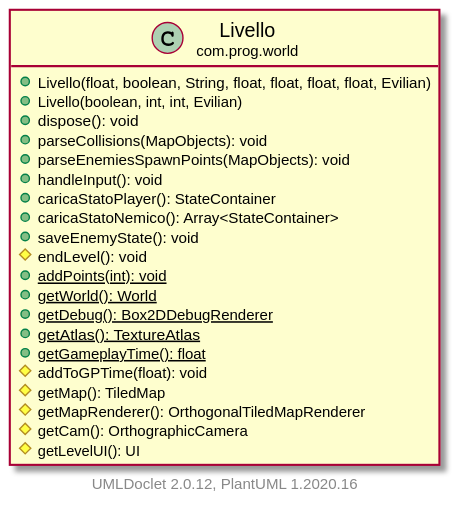
Before: core/build/docs/javadoc/uml/com/prog/world/Livello.svg, a diagram exported from PlantUML (Garma00/Evilian). Its diagram source:
```plantuml
@startuml
    set namespaceSeparator none
    hide empty fields
    hide empty methods

    class "<size:14>Livello\n<size:10>com.prog.world" as com.prog.world.Livello [[..\..\..\..\com\prog\world\Livello.html]] {
        +Livello(float, boolean, String, float, float, float, float, Evilian)
        +Livello(boolean, int, int, Evilian)
        +dispose(): void
        +parseCollisions(MapObjects): void
        +parseEnemiesSpawnPoints(MapObjects): void
        +handleInput(): void
        +caricaStatoPlayer(): StateContainer
        +caricaStatoNemico(): Array<StateContainer>
        +saveEnemyState(): void
        #endLevel(): void
        {static} +addPoints(int): void
        {static} +getWorld(): World
        {static} +getDebug(): Box2DDebugRenderer
        {static} +getAtlas(): TextureAtlas
        {static} +getGameplayTime(): float
        #addToGPTime(float): void
        #getMap(): TiledMap
        #getMapRenderer(): OrthogonalTiledMapRenderer
        #getCam(): OrthographicCamera
        #getLevelUI(): UI
    }

    center footer UMLDoclet 2.0.12, PlantUML 1.2020.16
@enduml
```
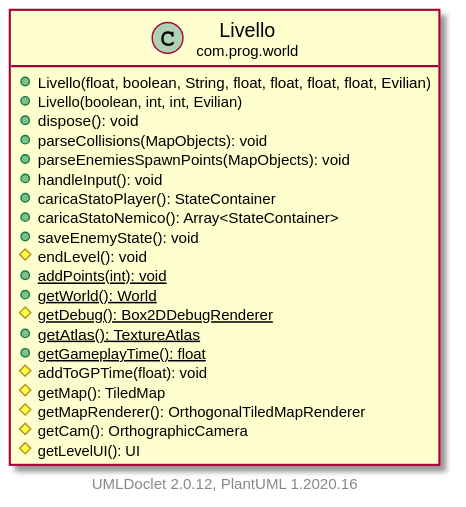
After the commit.

What changed in the source:
```diff
@@ -16,7 +16,7 @@
         #endLevel(): void
         {static} +addPoints(int): void
         {static} +getWorld(): World
-        {static} +getDebug(): Box2DDebugRenderer
+        {static} #getDebug(): Box2DDebugRenderer
         {static} +getAtlas(): TextureAtlas
         {static} +getGameplayTime(): float
         #addToGPTime(float): void
```
